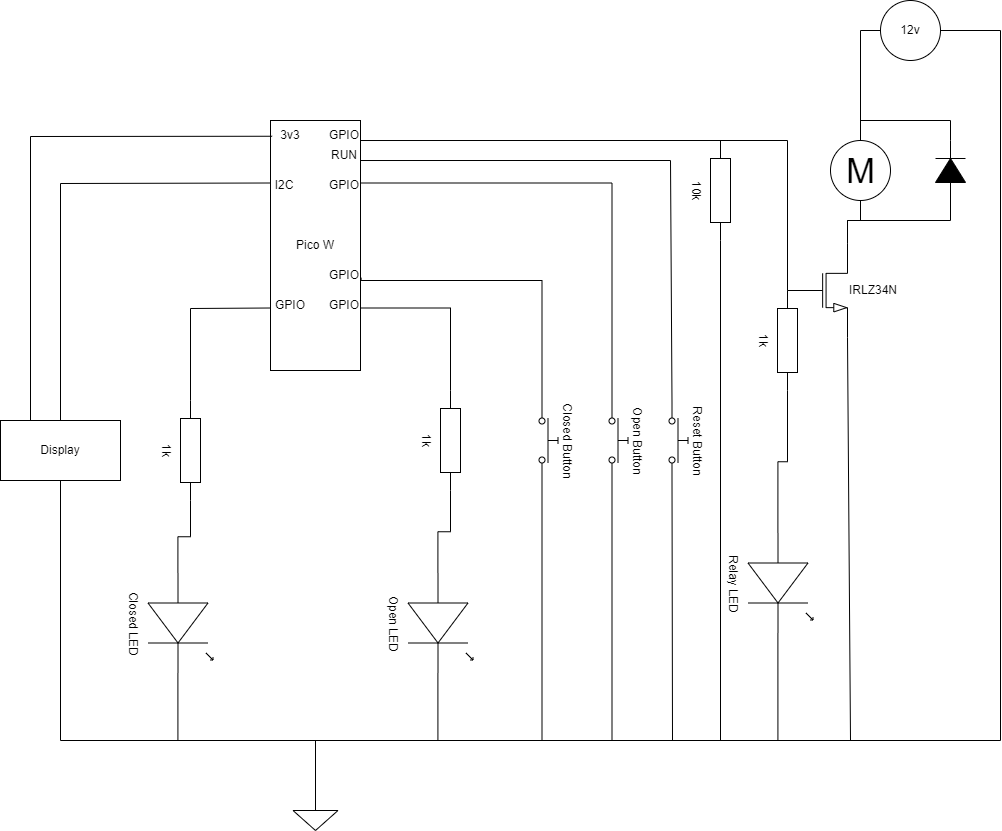
This is images/SMIBHID circuit diagram.drawio.png from somakeit/smibhid, a draw.io export, as it was before one commit. Source tidied: cells renumbered, new cells last; positions are measured from the earlier drawing's top-left corner, leaving out a move shared by most shapes.
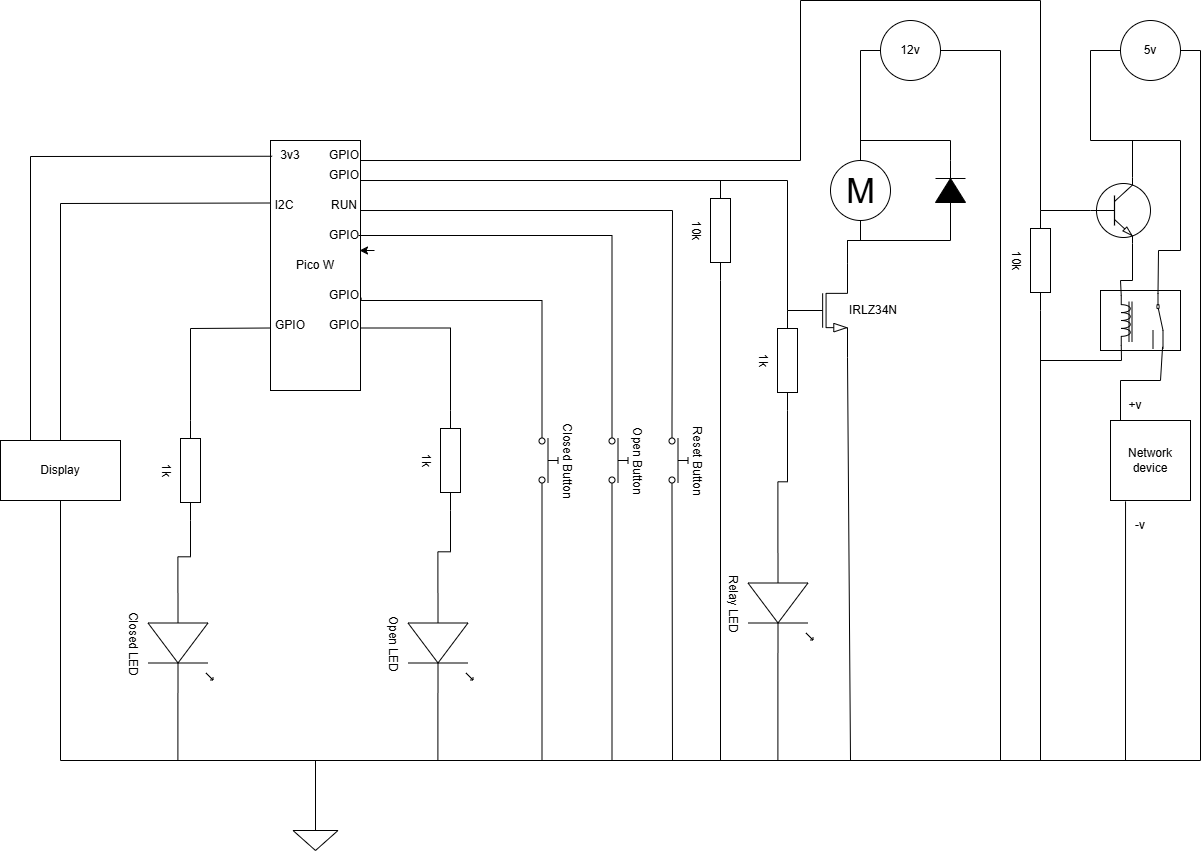
After the change.

The edit, as a diff of the source:
```diff
@@ -66,7 +66,7 @@
         </Array>
       </mxGeometry>
     </mxCell>
-    <mxCell id="17" style="edgeStyle=orthogonalEdgeStyle;rounded=0;jettySize=auto;html=1;exitX=1;exitY=0.25;exitDx=0;exitDy=0;endArrow=none;endFill=0;entryX=0;entryY=0.8;entryDx=0;entryDy=0;" parent="1" edge="1" source="2" target="15">
+    <mxCell id="17" style="edgeStyle=orthogonalEdgeStyle;rounded=0;jettySize=auto;html=1;endArrow=none;endFill=0;entryX=0;entryY=0.8;entryDx=0;entryDy=0;exitX=0.978;exitY=0.38;exitDx=0;exitDy=0;exitPerimeter=0;" parent="1" edge="1" source="2" target="15">
       <mxGeometry relative="1" as="geometry" />
     </mxCell>
     <mxCell id="18" style="edgeStyle=orthogonalEdgeStyle;rounded=0;jettySize=auto;html=1;exitX=1;exitY=0.8;exitDx=0;exitDy=0;entryX=0.5;entryY=0;entryDx=0;entryDy=0;entryPerimeter=0;endArrow=none;endFill=0;" parent="1" edge="1" source="14" target="10">
@@ -97,7 +97,7 @@
       </mxGeometry>
     </mxCell>
     <mxCell id="22" value="GPIO" style="text;html=1;align=center;verticalAlign=middle;whiteSpace=wrap;rounded=0;" parent="1" vertex="1">
-      <mxGeometry x="314" y="170" width="60" height="30" as="geometry" />
+      <mxGeometry x="314" y="200" width="60" height="30" as="geometry" />
     </mxCell>
     <mxCell id="23" value="GPIO" style="text;html=1;align=center;verticalAlign=middle;whiteSpace=wrap;rounded=0;" parent="1" vertex="1">
       <mxGeometry x="314" y="260" width="60" height="30" as="geometry" />
@@ -132,12 +132,12 @@
       <mxGeometry x="640" y="430" width="75" height="20" as="geometry" />
     </mxCell>
     <mxCell id="31" value="RUN" style="text;html=1;align=center;verticalAlign=middle;whiteSpace=wrap;rounded=0;" parent="1" vertex="1">
-      <mxGeometry x="314" y="140" width="60" height="30" as="geometry" />
+      <mxGeometry x="314" y="170" width="60" height="30" as="geometry" />
     </mxCell>
     <mxCell id="32" style="endArrow=none;html=1;rounded=0;exitX=0.767;exitY=0.667;exitDx=0;exitDy=0;exitPerimeter=0;entryX=0;entryY=0.8;entryDx=0;entryDy=0;" parent="1" edge="1" source="31" target="30">
       <mxGeometry relative="1" as="geometry">
         <Array as="points">
-          <mxPoint x="670" y="160" />
+          <mxPoint x="672" y="190" />
         </Array>
       </mxGeometry>
     </mxCell>
@@ -150,12 +150,12 @@
       </mxGeometry>
     </mxCell>
     <mxCell id="34" value="GPIO" style="text;html=1;align=center;verticalAlign=middle;whiteSpace=wrap;rounded=0;" parent="1" vertex="1">
-      <mxGeometry x="314" y="120" width="60" height="30" as="geometry" />
+      <mxGeometry x="314" y="140" width="60" height="30" as="geometry" />
     </mxCell>
     <mxCell id="35" style="endArrow=none;html=1;rounded=0;exitX=0.767;exitY=0.667;exitDx=0;exitDy=0;exitPerimeter=0;entryX=0;entryY=0.5;entryDx=0;entryDy=0;entryPerimeter=0;" parent="1" edge="1" source="34" target="37">
       <mxGeometry relative="1" as="geometry">
         <Array as="points">
-          <mxPoint x="787" y="140" />
+          <mxPoint x="787" y="160" />
         </Array>
       </mxGeometry>
     </mxCell>
@@ -179,7 +179,7 @@
       </mxGeometry>
     </mxCell>
     <mxCell id="39" value="10k" style="verticalLabelPosition=bottom;shadow=0;dashed=0;align=center;html=1;verticalAlign=top;shape=mxgraph.electrical.resistors.resistor_1;rotation=90;" parent="1" vertex="1">
-      <mxGeometry x="670" y="180" width="100" height="20" as="geometry" />
+      <mxGeometry x="670" y="200" width="100" height="20" as="geometry" />
     </mxCell>
     <mxCell id="40" style="edgeStyle=orthogonalEdgeStyle;rounded=0;jettySize=auto;html=1;exitX=1;exitY=0.5;exitDx=0;exitDy=0;exitPerimeter=0;entryX=0.5;entryY=0;entryDx=0;entryDy=0;entryPerimeter=0;endArrow=none;endFill=0;" parent="1" edge="1" source="39" target="10">
       <mxGeometry relative="1" as="geometry">
@@ -239,5 +239,124 @@
         </Array>
       </mxGeometry>
     </mxCell>
+    <mxCell id="52" style="edgeStyle=orthogonalEdgeStyle;rounded=0;orthogonalLoop=1;jettySize=auto;html=1;exitX=1;exitY=1;exitDx=0;exitDy=0;entryX=0.75;entryY=1;entryDx=0;entryDy=0;" parent="1" edge="1" source="22" target="22">
+      <mxGeometry relative="1" as="geometry" />
+    </mxCell>
+    <mxCell id="53" style="verticalLabelPosition=bottom;shadow=0;dashed=0;align=center;html=1;verticalAlign=top;shape=mxgraph.electrical.transistors.npn_transistor_1;" parent="1" vertex="1">
+      <mxGeometry x="1090" y="155" width="60" height="70" as="geometry" />
+    </mxCell>
+    <mxCell id="54" value="5v" style="ellipse;whiteSpace=wrap;html=1;" parent="1" vertex="1">
+      <mxGeometry x="1120" width="60" height="60" as="geometry" />
+    </mxCell>
+    <mxCell id="55" style="group;" parent="1" vertex="1">
+      <mxGeometry x="1100" y="270" width="80" height="60" as="geometry" />
+    </mxCell>
+    <mxCell id="56" style="rounded=0;whiteSpace=wrap;html=1;" parent="55" vertex="1">
+      <mxGeometry width="80" height="60" as="geometry" />
+    </mxCell>
+    <mxCell id="57" style="verticalLabelPosition=bottom;shadow=0;dashed=0;align=center;html=1;verticalAlign=top;shape=mxgraph.electrical.electro-mechanical.twoWayContact2;elSwitchState=1;rotation=90;" parent="55" vertex="1">
+      <mxGeometry x="30" y="25.5" width="55" height="10" as="geometry" />
+    </mxCell>
+    <mxCell id="58" style="verticalLabelPosition=bottom;shadow=0;dashed=0;align=center;html=1;verticalAlign=top;shape=mxgraph.electrical.inductors.inductor_3;rotation=90;" parent="55" vertex="1">
+      <mxGeometry x="0.5" y="25.5" width="49.5" height="9" as="geometry" />
+    </mxCell>
+    <mxCell id="59" style="verticalLabelPosition=bottom;shadow=0;dashed=0;align=center;html=1;verticalAlign=top;shape=mxgraph.electrical.inductors.magnetic_core;direction=north;rotation=90;" parent="55" vertex="1">
+      <mxGeometry x="10" y="29.8" width="40" height="3" as="geometry" />
+    </mxCell>
+    <mxCell id="60" value="Network device" style="whiteSpace=wrap;html=1;" parent="1" vertex="1">
+      <mxGeometry x="1110" y="400" width="80" height="80" as="geometry" />
+    </mxCell>
+    <mxCell id="61" value="+v" style="text;html=1;align=center;verticalAlign=middle;whiteSpace=wrap;rounded=0;" parent="1" vertex="1">
+      <mxGeometry x="1105" y="370" width="60" height="30" as="geometry" />
+    </mxCell>
+    <mxCell id="62" value="-v" style="text;html=1;align=center;verticalAlign=middle;whiteSpace=wrap;rounded=0;" parent="1" vertex="1">
+      <mxGeometry x="1110" y="490" width="60" height="30" as="geometry" />
+    </mxCell>
+    <mxCell id="63" value="GPIO" style="text;html=1;align=center;verticalAlign=middle;whiteSpace=wrap;rounded=0;" parent="1" vertex="1">
+      <mxGeometry x="314" y="120" width="60" height="30" as="geometry" />
+    </mxCell>
+    <mxCell id="64" style="endArrow=none;html=1;rounded=0;exitX=0.767;exitY=0.667;exitDx=0;exitDy=0;exitPerimeter=0;entryX=0;entryY=0.5;entryDx=0;entryDy=0;entryPerimeter=0;" parent="1" edge="1" source="63" target="53">
+      <mxGeometry relative="1" as="geometry">
+        <Array as="points">
+          <mxPoint x="800" y="140" />
+          <mxPoint x="800" y="-20" />
+          <mxPoint x="1040" y="-20" />
+          <mxPoint x="1040" y="190" />
+        </Array>
+      </mxGeometry>
+    </mxCell>
+    <mxCell id="65" style="endArrow=none;html=1;rounded=0;entryX=0;entryY=0.5;entryDx=0;entryDy=0;exitX=0.7;exitY=0;exitDx=0;exitDy=0;exitPerimeter=0;" parent="1" edge="1" source="53" target="54">
+      <mxGeometry relative="1" as="geometry">
+        <Array as="points">
+          <mxPoint x="1132" y="120" />
+          <mxPoint x="1090" y="120" />
+          <mxPoint x="1090" y="30" />
+        </Array>
+      </mxGeometry>
+    </mxCell>
+    <mxCell id="66" style="endArrow=none;html=1;rounded=0;entryX=0;entryY=0.5;entryDx=0;entryDy=0;" parent="1" edge="1" target="57">
+      <mxGeometry relative="1" as="geometry">
+        <mxPoint x="1130" y="120" as="sourcePoint" />
+        <Array as="points">
+          <mxPoint x="1180" y="120" />
+          <mxPoint x="1180" y="230" />
+          <mxPoint x="1158" y="230" />
+        </Array>
+      </mxGeometry>
+    </mxCell>
+    <mxCell id="67" style="endArrow=none;html=1;rounded=0;entryX=0.7;entryY=1;entryDx=0;entryDy=0;entryPerimeter=0;exitX=0;exitY=1;exitDx=0;exitDy=0;exitPerimeter=0;" parent="1" edge="1" source="58" target="53">
+      <mxGeometry relative="1" as="geometry">
+        <Array as="points">
+          <mxPoint x="1120" y="260" />
+          <mxPoint x="1132" y="260" />
+        </Array>
+      </mxGeometry>
+    </mxCell>
+    <mxCell id="68" style="endArrow=none;html=1;rounded=0;entryX=0.969;entryY=0.044;entryDx=0;entryDy=0;entryPerimeter=0;exitX=0.25;exitY=1;exitDx=0;exitDy=0;" parent="1" edge="1" source="61" target="57">
+      <mxGeometry relative="1" as="geometry">
+        <Array as="points">
+          <mxPoint x="1120" y="360" />
+          <mxPoint x="1160" y="360" />
+        </Array>
+      </mxGeometry>
+    </mxCell>
+    <mxCell id="69" style="endArrow=none;html=1;rounded=0;entryX=1;entryY=0.5;entryDx=0;entryDy=0;exitX=0.5;exitY=0;exitDx=0;exitDy=0;exitPerimeter=0;" parent="1" edge="1" source="10" target="54">
+      <mxGeometry relative="1" as="geometry">
+        <Array as="points">
+          <mxPoint x="315" y="740" />
+          <mxPoint x="1200" y="740" />
+          <mxPoint x="1200" y="30" />
+        </Array>
+      </mxGeometry>
+    </mxCell>
+    <mxCell id="70" style="endArrow=none;html=1;rounded=0;entryX=0.188;entryY=1.011;entryDx=0;entryDy=0;entryPerimeter=0;exitX=0.5;exitY=0;exitDx=0;exitDy=0;exitPerimeter=0;" parent="1" edge="1" source="10" target="60">
+      <mxGeometry relative="1" as="geometry">
+        <Array as="points">
+          <mxPoint x="315" y="740" />
+          <mxPoint x="1125" y="740" />
+        </Array>
+      </mxGeometry>
+    </mxCell>
+    <mxCell id="71" style="endArrow=none;html=1;rounded=0;exitX=0.5;exitY=0;exitDx=0;exitDy=0;exitPerimeter=0;entryX=1;entryY=1;entryDx=0;entryDy=0;entryPerimeter=0;" parent="1" edge="1" source="10" target="58">
+      <mxGeometry relative="1" as="geometry">
+        <Array as="points">
+          <mxPoint x="315" y="740" />
+          <mxPoint x="1040" y="740" />
+          <mxPoint x="1040" y="340" />
+          <mxPoint x="1121" y="340" />
+        </Array>
+      </mxGeometry>
+    </mxCell>
+    <mxCell id="72" value="10k" style="verticalLabelPosition=bottom;shadow=0;dashed=0;align=center;html=1;verticalAlign=top;shape=mxgraph.electrical.resistors.resistor_1;rotation=90;" parent="1" vertex="1">
+      <mxGeometry x="990" y="230" width="100" height="20" as="geometry" />
+    </mxCell>
+    <mxCell id="73" style="endArrow=none;html=1;rounded=0;entryX=1;entryY=0.5;entryDx=0;entryDy=0;entryPerimeter=0;exitX=0.5;exitY=0;exitDx=0;exitDy=0;exitPerimeter=0;" parent="1" edge="1" source="10" target="72">
+      <mxGeometry relative="1" as="geometry">
+        <Array as="points">
+          <mxPoint x="315" y="740" />
+          <mxPoint x="1040" y="740" />
+        </Array>
+      </mxGeometry>
+    </mxCell>
   </root>
 </mxGraphModel>
```
